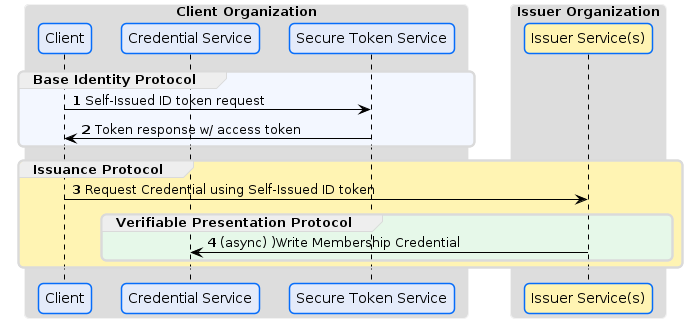
Earlier version of the PlantUML export specifications/M1/issuance.flow.png (eclipse-tractusx/ssi-docu). Its source is kept beside it as specifications/M1/issuance.flow.puml.
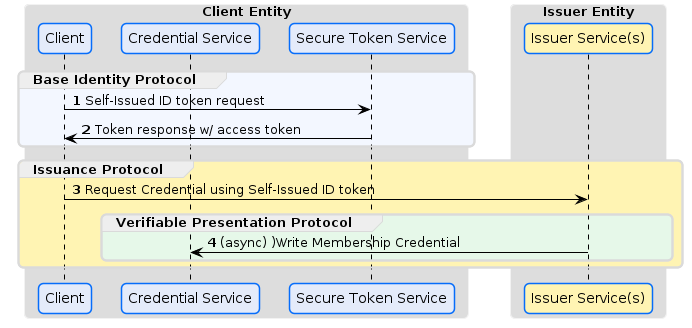
The same file after the commit.

Commit message:
Change "Organization" to "Entity"

The edit, as a diff of the source:
```diff
@@ -5,13 +5,13 @@
 
 autonumber
 
-box "Client Organization"
+box "Client Entity"
 participant "Client" as C
 participant "Credential Service" as CS
 participant "Secure Token Service" as STS
 end box
 
-box "Issuer Organization"
+box "Issuer Entity"
 participant "Issuer Service(s)" as IS #FFF4B3
 end box
 
```
